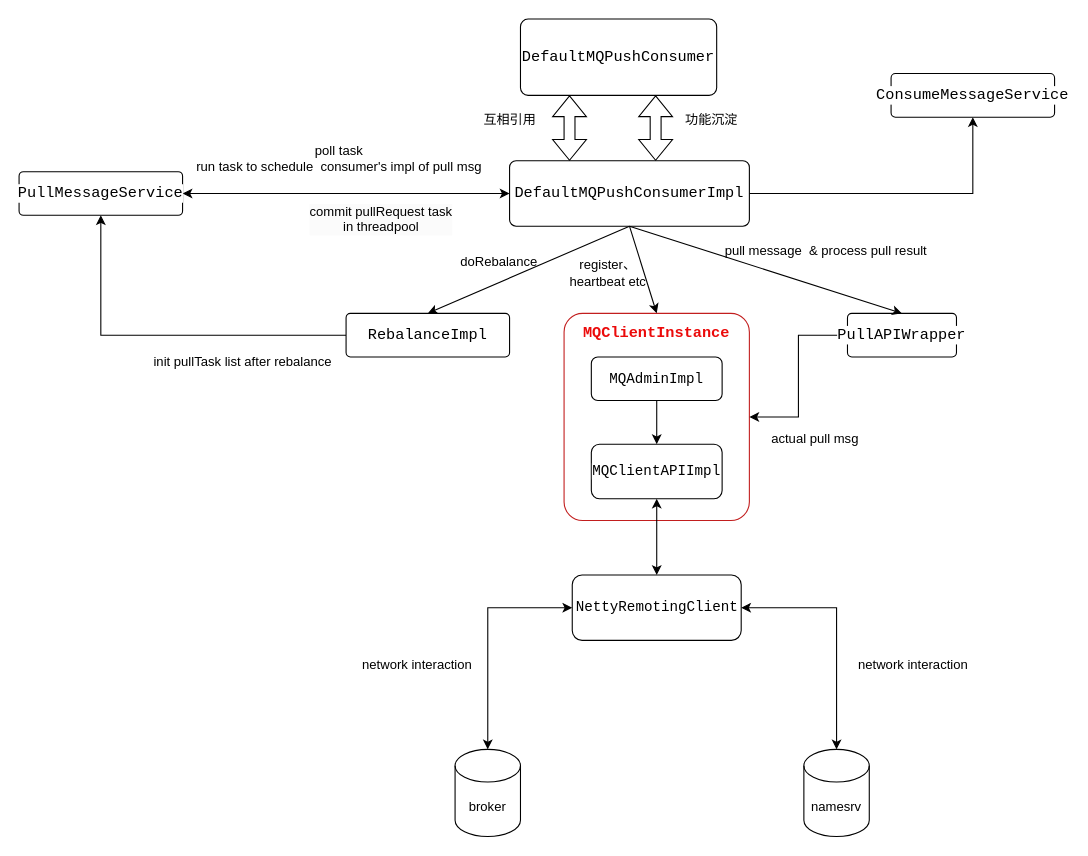
Willhow-Gao/drawIOStore keeps this draw.io diagram as rocketmq consumer model.drawio. Above is the earlier version. Source tidied: cells renumbered, new cells numbered last; positions are measured from the earlier drawing's top-left corner, leaving out a move shared by most shapes. Both pictures are drawn from the tidied source at 109%, with x=0, y=0 at pixel (19, 19).
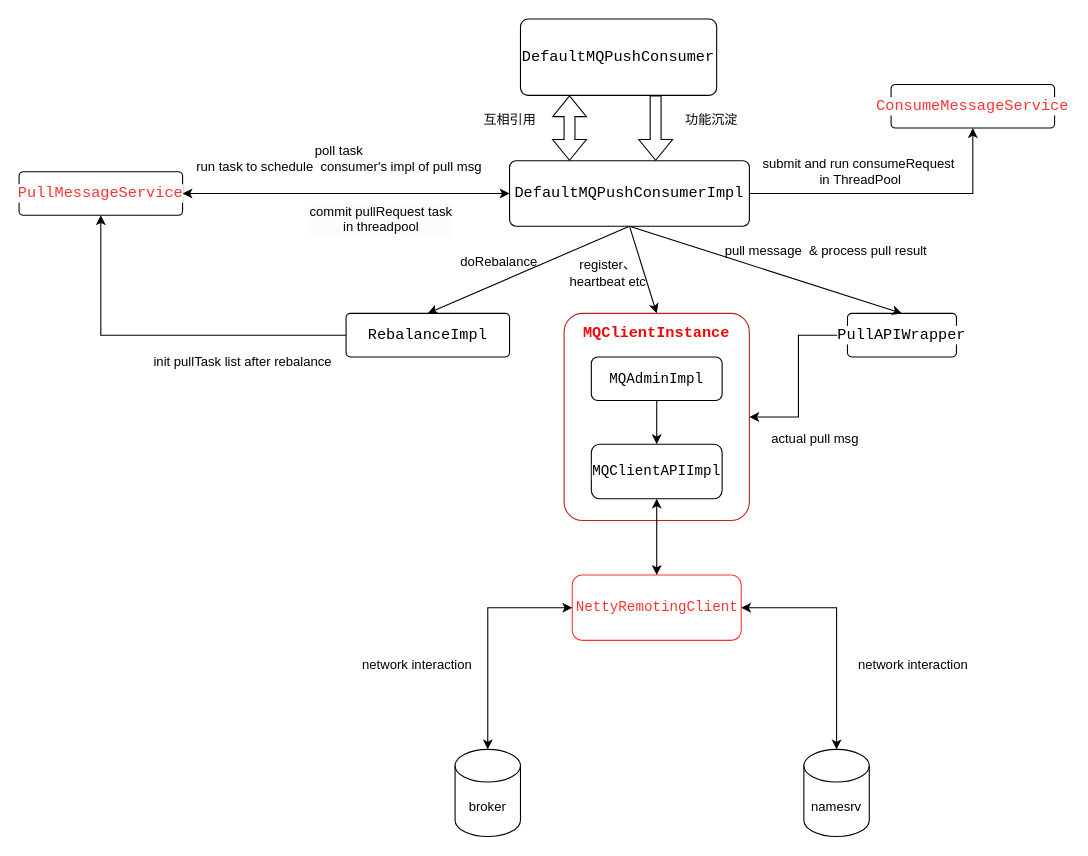
The same diagram, later.

The edit, as a diff of the source:
```diff
@@
-    <mxCell id="13" value="&lt;div style=&quot;background-color:#ffffff;color:#080808&quot;&gt;&lt;pre style=&quot;font-family:'JetBrains Mono',monospace;font-size:10.5pt;&quot;&gt;&lt;span style=&quot;color:#000000;&quot;&gt;ConsumeMessageService&lt;/span&gt;&lt;/pre&gt;&lt;/div&gt;" style="rounded=1;arcSize=10;whiteSpace=wrap;html=1;align=center;" parent="1" vertex="1">
-      <mxGeometry x="800" y="50" width="150" height="40" as="geometry" />
+    <mxCell id="13" value="&lt;div style=&quot;background-color: rgb(255, 255, 255);&quot;&gt;&lt;pre style=&quot;font-family: &amp;quot;JetBrains Mono&amp;quot;, monospace; font-size: 10.5pt;&quot;&gt;&lt;font color=&quot;#ff3333&quot;&gt;ConsumeMessageService&lt;/font&gt;&lt;/pre&gt;&lt;/div&gt;" style="rounded=1;arcSize=10;whiteSpace=wrap;html=1;align=center;" parent="1" vertex="1">
+      <mxGeometry x="800" y="60" width="150" height="40" as="geometry" />
     </mxCell>
@@
-    <mxCell id="21" value="&lt;div style=&quot;background-color:#ffffff;color:#080808&quot;&gt;&lt;pre style=&quot;font-family:'JetBrains Mono',monospace;font-size:10.5pt;&quot;&gt;&lt;span style=&quot;color:#000000;&quot;&gt;PullMessageService&lt;/span&gt;&lt;/pre&gt;&lt;/div&gt;" style="rounded=1;arcSize=10;whiteSpace=wrap;html=1;align=center;" parent="1" vertex="1">
+    <mxCell id="21" value="&lt;div style=&quot;background-color: rgb(255, 255, 255);&quot;&gt;&lt;pre style=&quot;font-family: &amp;quot;JetBrains Mono&amp;quot;, monospace; font-size: 10.5pt;&quot;&gt;&lt;font color=&quot;#ff3333&quot;&gt;PullMessageService&lt;/font&gt;&lt;/pre&gt;&lt;/div&gt;" style="rounded=1;arcSize=10;whiteSpace=wrap;html=1;align=center;" parent="1" vertex="1">
       <mxGeometry y="140" width="150" height="40" as="geometry" />
     </mxCell>
@@
-    <mxCell id="28" value="&lt;div style=&quot;background-color:#ffffff;color:#080808&quot;&gt;&lt;pre style=&quot;font-family:'JetBrains Mono',monospace;font-size:9.8pt;&quot;&gt;&lt;span style=&quot;color:#000000;&quot;&gt;NettyRemotingClient&lt;/span&gt;&lt;/pre&gt;&lt;/div&gt;" style="rounded=1;whiteSpace=wrap;html=1;" parent="1" vertex="1">
+    <mxCell id="28" value="&lt;div style=&quot;background-color: rgb(255, 255, 255);&quot;&gt;&lt;pre style=&quot;font-family: &amp;quot;JetBrains Mono&amp;quot;, monospace; font-size: 9.8pt;&quot;&gt;&lt;font color=&quot;#ff3333&quot;&gt;NettyRemotingClient&lt;/font&gt;&lt;/pre&gt;&lt;/div&gt;" style="rounded=1;whiteSpace=wrap;html=1;strokeColor=#FF3333;" parent="1" vertex="1">
       <mxGeometry x="507.5" y="510" width="155" height="60" as="geometry" />
     </mxCell>
@@
-    <mxCell id="34" style="shape=flexArrow;endArrow=classic;startArrow=classic;html=1;rounded=0;entryX=0.25;entryY=1;entryDx=0;entryDy=0;exitX=0.25;exitY=0;exitDx=0;exitDy=0;" parent="1" edge="1">
+    <mxCell id="34" style="shape=flexArrow;endArrow=none;startArrow=block;html=1;rounded=0;entryX=0.25;entryY=1;entryDx=0;entryDy=0;exitX=0.25;exitY=0;exitDx=0;exitDy=0;startFill=0;endFill=0;" parent="1" edge="1">
       <mxGeometry relative="1" as="geometry">
         <mxPoint x="584" y="130" as="sourcePoint" />
         <mxPoint x="584" y="70" as="targetPoint" />
       </mxGeometry>
     </mxCell>
@@
+    <mxCell id="38" value="submit and run consumeRequest&lt;div&gt;&amp;nbsp;in&amp;nbsp;&lt;span style=&quot;background-color: initial;&quot;&gt;ThreadPool&lt;/span&gt;&lt;/div&gt;" style="text;html=1;align=center;verticalAlign=middle;strokeColor=none;fillColor=none;" parent="1" vertex="1">
+      <mxGeometry x="670" y="120" width="200" height="40" as="geometry" />
+    </mxCell>
```
